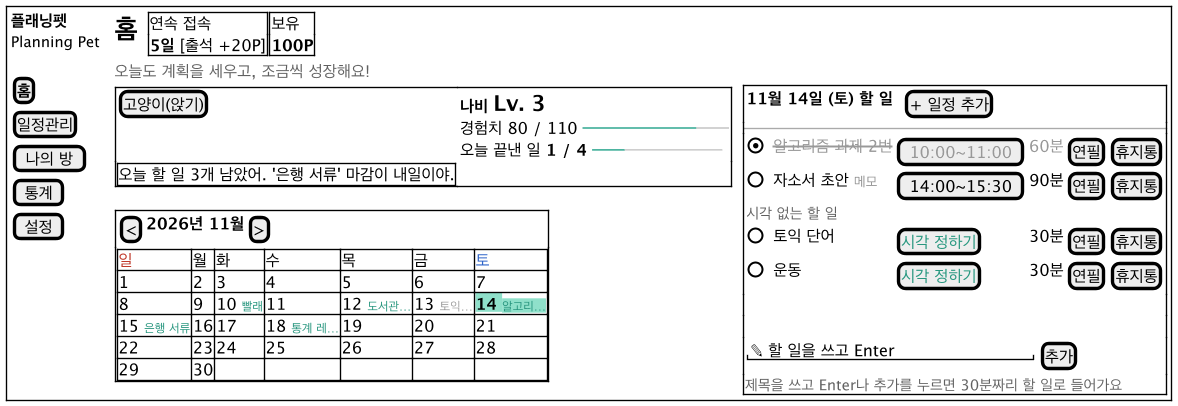
2026-2-software-system-design-11/planning-pet-app keeps this PlantUML diagram as docs/diagrams/ui-main.png. Above is the earlier version.
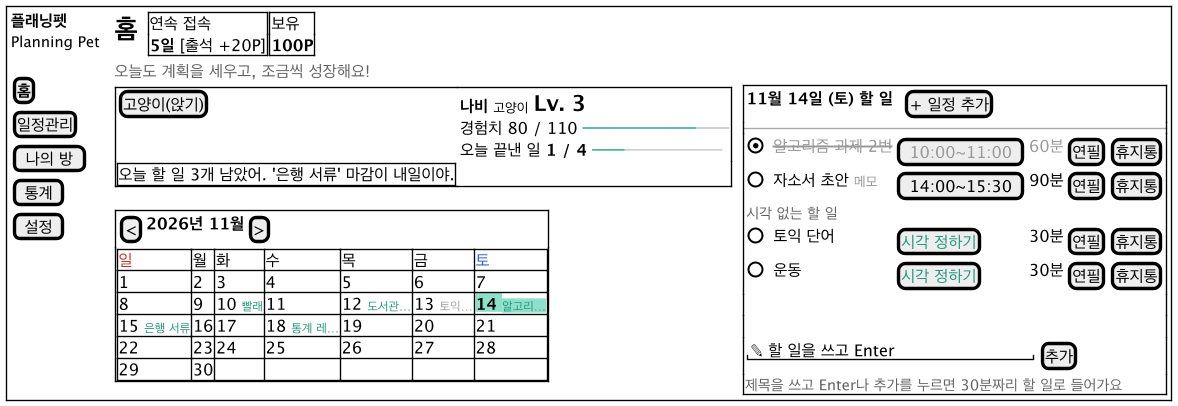
Above is the later version.

Diff of the diagram source:
```diff
@@ -20,7 +20,7 @@
       {
         {
           {+
-            [고양이(앉기)] | { <b>나비</b> <size:16><b>Lv. 3</b></size>
+            [고양이(앉기)] | { <b>나비</b> <size:10>고양이</size> <size:16><b>Lv. 3</b></size>
 경험치 80 / 110 <color:#4DB4A0>━━━━━━━</color><color:#CCCCCC>━━</color>
 오늘 끝낸 일 <b>1 / 4</b> <color:#4DB4A0>━━</color><color:#CCCCCC>━━━━━━</color> }
             {+ 오늘 할 일 3개 남았어. '은행 서류' 마감이 내일이야. } | .
```
